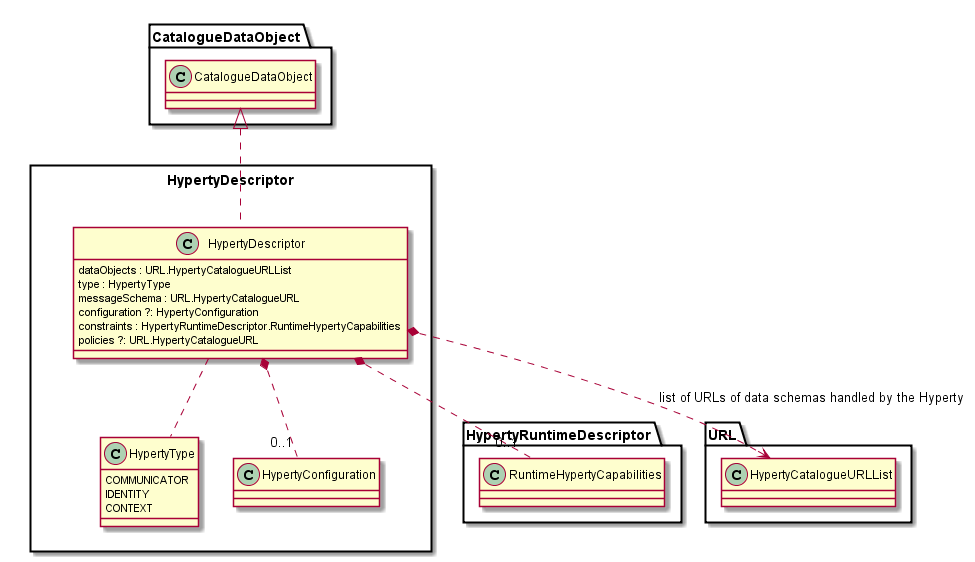
Before: docs/datamodel/Hyperty-Descriptor-Data-Object-Model.png, a diagram exported from PlantUML (reTHINK-project/dev-service-framework).
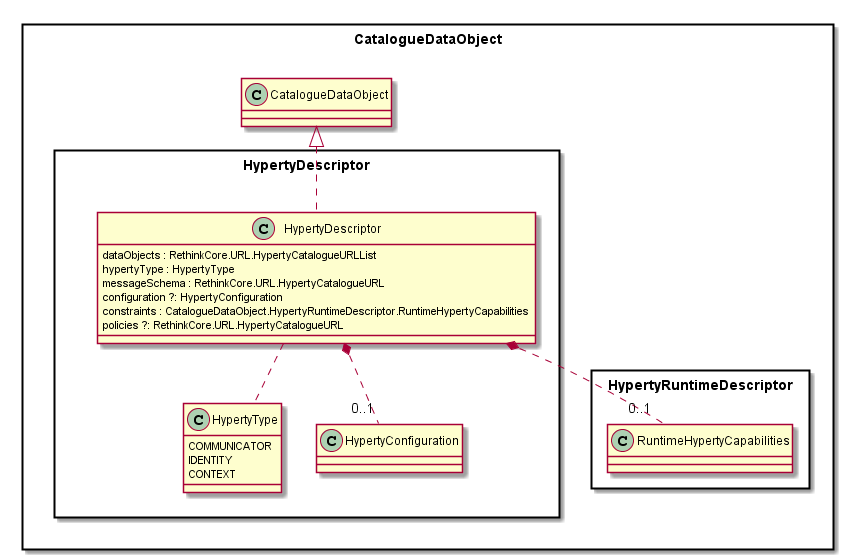
Above is the later version.

The edit, as a diff of the source:
```diff
@@ -1,4 +1,9 @@
 @startuml "Hyperty-Descriptor-Data-Object-Model.png"
+
+package CatalogueDataObject <<Rect>> {
+
+package HypertyRuntimeDescriptor <<Rect>> {
+}
 
 package HypertyDescriptor <<Rect>> {
 
@@ -9,12 +14,12 @@
 	}
 
 	class HypertyDescriptor {
-		dataObjects : URL.HypertyCatalogueURLList
-		type : HypertyType
-		messageSchema : URL.HypertyCatalogueURL
+		dataObjects : RethinkCore.URL.HypertyCatalogueURLList
+		hypertyType : HypertyType
+		messageSchema : RethinkCore.URL.HypertyCatalogueURL
 		configuration ?: HypertyConfiguration
-		constraints : HypertyRuntimeDescriptor.RuntimeHypertyCapabilities
-		policies ?: URL.HypertyCatalogueURL
+		constraints : CatalogueDataObject.HypertyRuntimeDescriptor.RuntimeHypertyCapabilities
+		policies ?: RethinkCore.URL.HypertyCatalogueURL
 	}
 
 	class HypertyConfiguration {
@@ -27,8 +32,7 @@
 	HypertyDescriptor .. HypertyType
 	HypertyDescriptor *.. "0..1" HypertyRuntimeDescriptor.RuntimeHypertyCapabilities
 	HypertyDescriptor *.. "0..1" HypertyConfiguration
-	HypertyDescriptor *..> URL.HypertyCatalogueURLList : list of URLs of data schemas handled by the Hyperty
 
 }
-
+}
 @enduml
```
